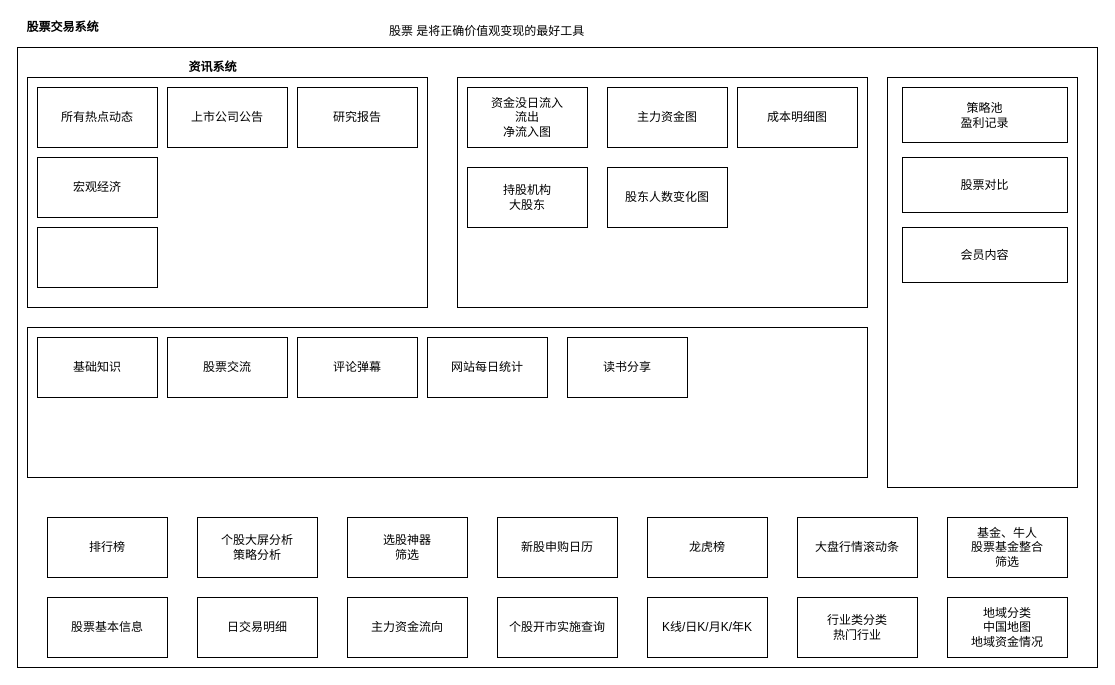
The draw.io diagram stock-model.drawio in rishengcanye/DesignDiagram, before the edit. Source tidied: cells renumbered, new cells numbered last; positions are measured from the earlier drawing's top-left corner, leaving out a move shared by most shapes. Both pictures are drawn from the tidied source at 100%, with x=0, y=0 at pixel (17, 17).
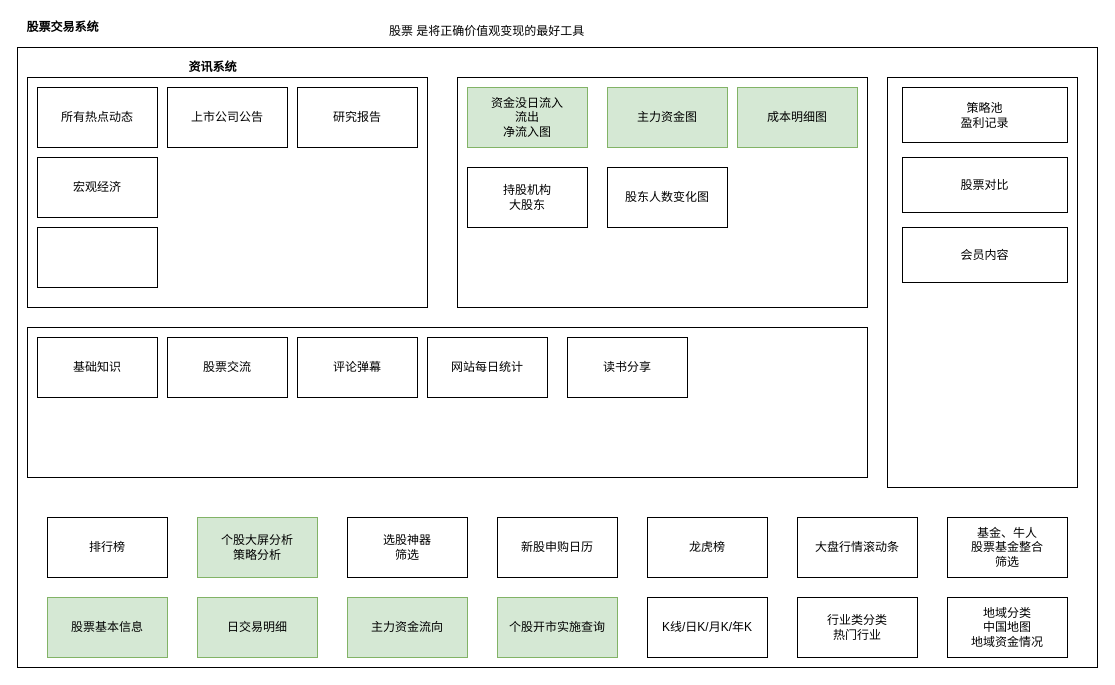
The same page after the edit.

What changed in the source:
```diff
@@
-    <mxCell id="4" value="股票基本信息" style="rounded=0;whiteSpace=wrap;html=1;" parent="1" vertex="1">
+    <mxCell id="4" value="股票基本信息" style="rounded=0;whiteSpace=wrap;html=1;fillColor=#d5e8d4;strokeColor=#82b366;" parent="1" vertex="1">
       <mxGeometry x="30" y="580" width="120" height="60" as="geometry" />
     </mxCell>
-    <mxCell id="5" value="日交易明细" style="rounded=0;whiteSpace=wrap;html=1;" parent="1" vertex="1">
+    <mxCell id="5" value="日交易明细" style="rounded=0;whiteSpace=wrap;html=1;fillColor=#d5e8d4;strokeColor=#82b366;" parent="1" vertex="1">
       <mxGeometry x="180" y="580" width="120" height="60" as="geometry" />
     </mxCell>
-    <mxCell id="6" value="主力资金流向" style="rounded=0;whiteSpace=wrap;html=1;" parent="1" vertex="1">
+    <mxCell id="6" value="主力资金流向" style="rounded=0;whiteSpace=wrap;html=1;fillColor=#d5e8d4;strokeColor=#82b366;" parent="1" vertex="1">
       <mxGeometry x="330" y="580" width="120" height="60" as="geometry" />
     </mxCell>
@@
-    <mxCell id="13" value="个股开市实施查询" style="rounded=0;whiteSpace=wrap;html=1;" parent="1" vertex="1">
+    <mxCell id="13" value="个股开市实施查询" style="rounded=0;whiteSpace=wrap;html=1;fillColor=#d5e8d4;strokeColor=#82b366;" parent="1" vertex="1">
       <mxGeometry x="480" y="580" width="120" height="60" as="geometry" />
     </mxCell>
@@
-    <mxCell id="20" value="个股大屏分析&lt;br&gt;策略分析" style="rounded=0;whiteSpace=wrap;html=1;" parent="1" vertex="1">
+    <mxCell id="20" value="个股大屏分析&lt;br&gt;策略分析" style="rounded=0;whiteSpace=wrap;html=1;fillColor=#d5e8d4;strokeColor=#82b366;" parent="1" vertex="1">
       <mxGeometry x="180" y="500" width="120" height="60" as="geometry" />
     </mxCell>
@@
-    <mxCell id="25" value="资金没日流入&lt;br&gt;流出&lt;br&gt;净流入图" style="rounded=0;whiteSpace=wrap;html=1;" parent="1" vertex="1">
+    <mxCell id="25" value="资金没日流入&lt;br&gt;流出&lt;br&gt;净流入图" style="rounded=0;whiteSpace=wrap;html=1;fillColor=#d5e8d4;strokeColor=#82b366;" parent="1" vertex="1">
       <mxGeometry x="450" y="70" width="120" height="60" as="geometry" />
     </mxCell>
-    <mxCell id="26" value="主力资金图" style="rounded=0;whiteSpace=wrap;html=1;" parent="1" vertex="1">
+    <mxCell id="26" value="主力资金图" style="rounded=0;whiteSpace=wrap;html=1;fillColor=#d5e8d4;strokeColor=#82b366;" parent="1" vertex="1">
       <mxGeometry x="590" y="70" width="120" height="60" as="geometry" />
     </mxCell>
-    <mxCell id="27" value="成本明细图" style="rounded=0;whiteSpace=wrap;html=1;" parent="1" vertex="1">
+    <mxCell id="27" value="成本明细图" style="rounded=0;whiteSpace=wrap;html=1;fillColor=#d5e8d4;strokeColor=#82b366;" parent="1" vertex="1">
       <mxGeometry x="720" y="70" width="120" height="60" as="geometry" />
     </mxCell>
```
